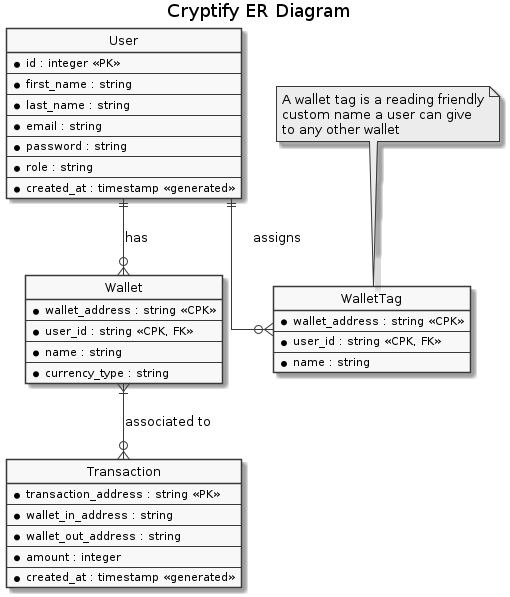
Earlier version of the PlantUML export packages/docs/diagrams/generated/erd.png (SOEN-490-Capstone/Cryptify).
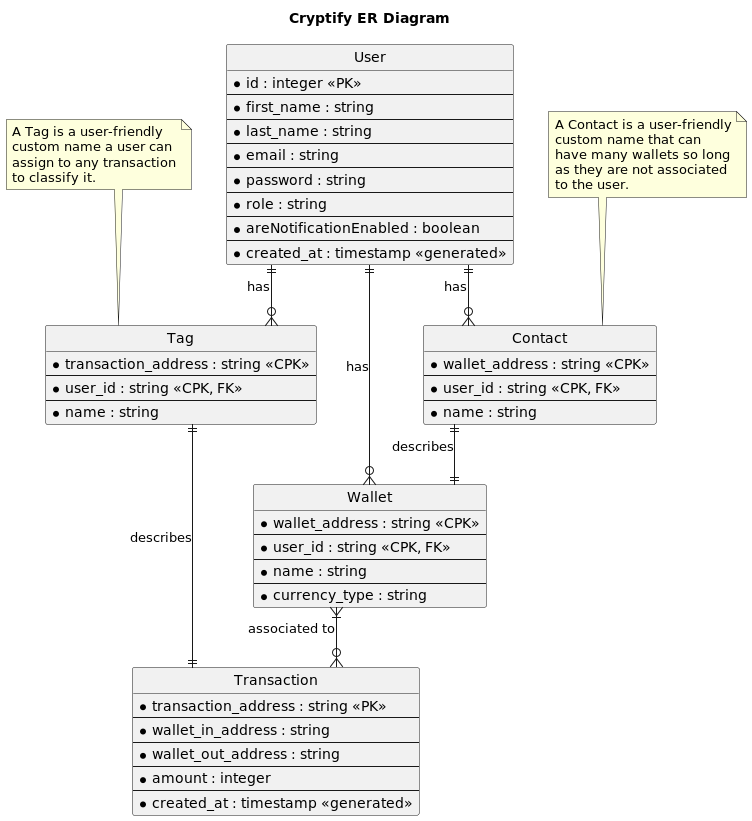
Above is the later version.

Commit message:
CRYP-34: update erd for contacts (#173)

Change to the diagram source:
```diff
@@ -1,5 +1,4 @@
 @startuml
-skinparam monochrome true
 title Cryptify ER Diagram
 
 hide circle
@@ -19,18 +18,30 @@
   --
   *role : string
   --
+  *areNotificationEnabled : boolean
+  --
   *created_at : timestamp <<generated>>
 }
 
-entity WalletTag {
+entity Tag {
+  *transaction_address : string <<CPK>>
+  --
+  *user_id : string <<CPK, FK>>
+  --
+  *name : string
+}
+note "A Tag is a user-friendly\ncustom name a user can\nassign to any transaction\nto classify it." as N1
+N1 .. Tag
+
+entity Contact {
   *wallet_address : string <<CPK>>
   --
   *user_id : string <<CPK, FK>>
   --
   *name : string
 }
-note "A wallet tag is a reading friendly\ncustom name a user can give\nto any other wallet" as N1
-N1 .. WalletTag
+note "A Contact is a user-friendly\ncustom name that can\nhave many wallets so long\nas they are not associated\nto the user." as N2
+N2 .. Contact
 
 entity Wallet {
   *wallet_address : string <<CPK>>
@@ -55,6 +66,9 @@
 }
 
 User ||--o{ Wallet : has
-User ||--o{ WalletTag : assigns
+User ||--o{ Contact : has
+Contact ||--|| Wallet : describes
+User ||--o{ Tag : has
+Tag ||--|| Transaction : describes
 Wallet }|--o{ Transaction : associated to
 @enduml
```
